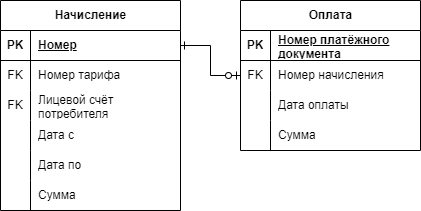
Earlier version of the draw.io export PBD/Z3/Diagrams/Н_О.png (Mutabona/4Semestr). Source tidied: cells renumbered, new cells last; positions are measured from the earlier drawing's top-left corner, leaving out a move shared by most shapes.
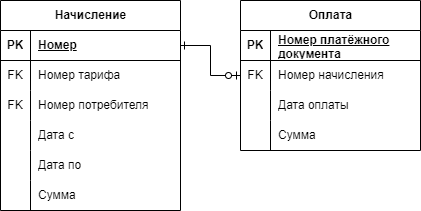
Later version of the same file.

The edit, as a diff of the source:
```diff
@@ -29,7 +29,7 @@
     <mxCell id="10" value="FK" style="shape=partialRectangle;fillColor=none;top=0;left=0;bottom=0;right=0;overflow=hidden;whiteSpace=wrap;html=1;" parent="9" vertex="1">
       <mxGeometry width="30" height="30" as="geometry" />
     </mxCell>
-    <mxCell id="11" value="Лицевой счёт потребителя" style="shape=partialRectangle;fillColor=none;top=0;left=0;bottom=0;right=0;align=left;spacingLeft=6;overflow=hidden;whiteSpace=wrap;html=1;" parent="9" vertex="1">
+    <mxCell id="11" value="Номер потребителя" style="shape=partialRectangle;fillColor=none;top=0;left=0;bottom=0;right=0;align=left;spacingLeft=6;overflow=hidden;whiteSpace=wrap;html=1;" parent="9" vertex="1">
       <mxGeometry x="30" width="150" height="30" as="geometry" />
     </mxCell>
     <mxCell id="12" style="shape=tableRow;horizontal=0;startSize=0;swimlaneHead=0;swimlaneBody=0;fillColor=none;top=0;left=0;right=0;bottom=0;" parent="2" vertex="1">
```
